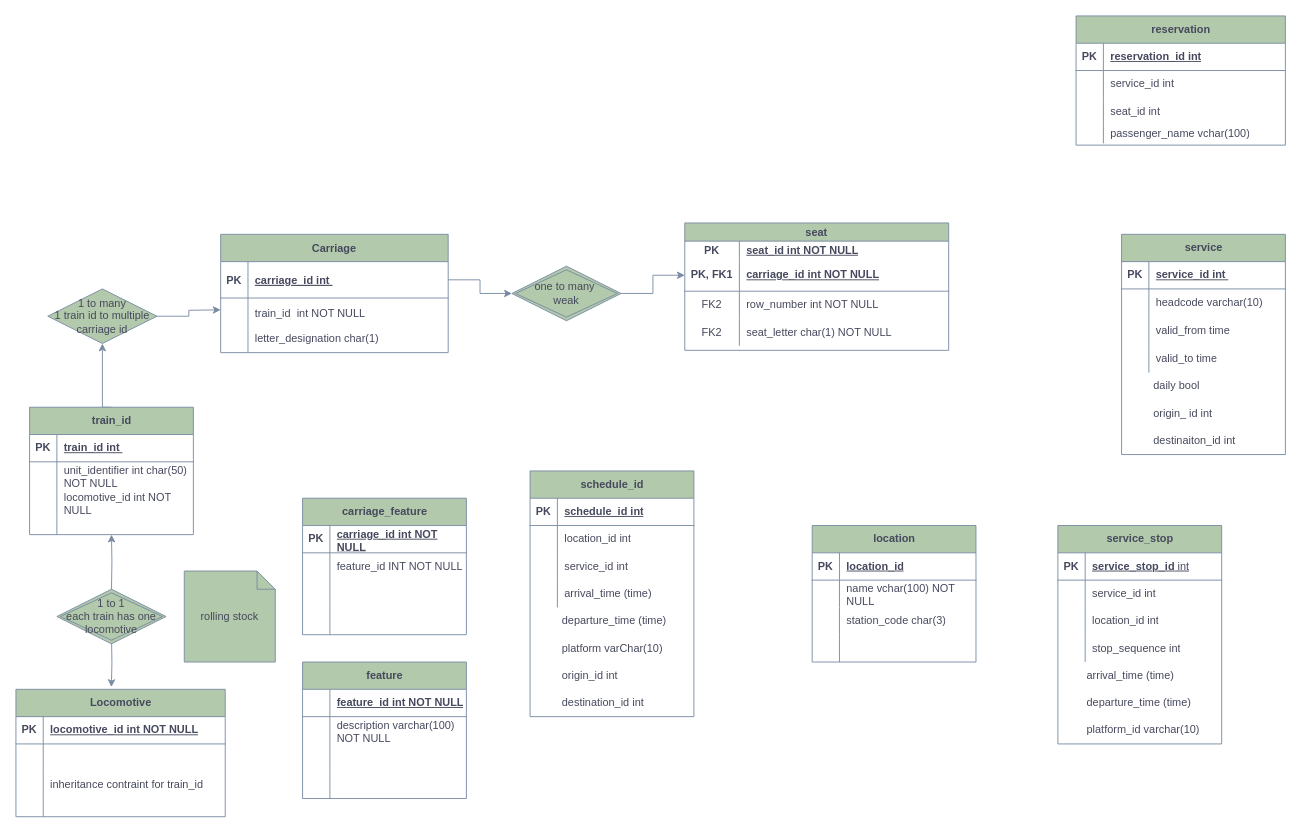
emmiedrummondtextiles/CS5014_P1 keeps this draw.io diagram as Untitled Diagram.drawio. Above is the earlier version. Source tidied: cells renumbered, new cells numbered last; positions are measured from the earlier drawing's top-left corner, leaving out a move shared by most shapes. Both pictures are drawn from the tidied source at 91%, with x=0, y=0 at pixel (15, 15).
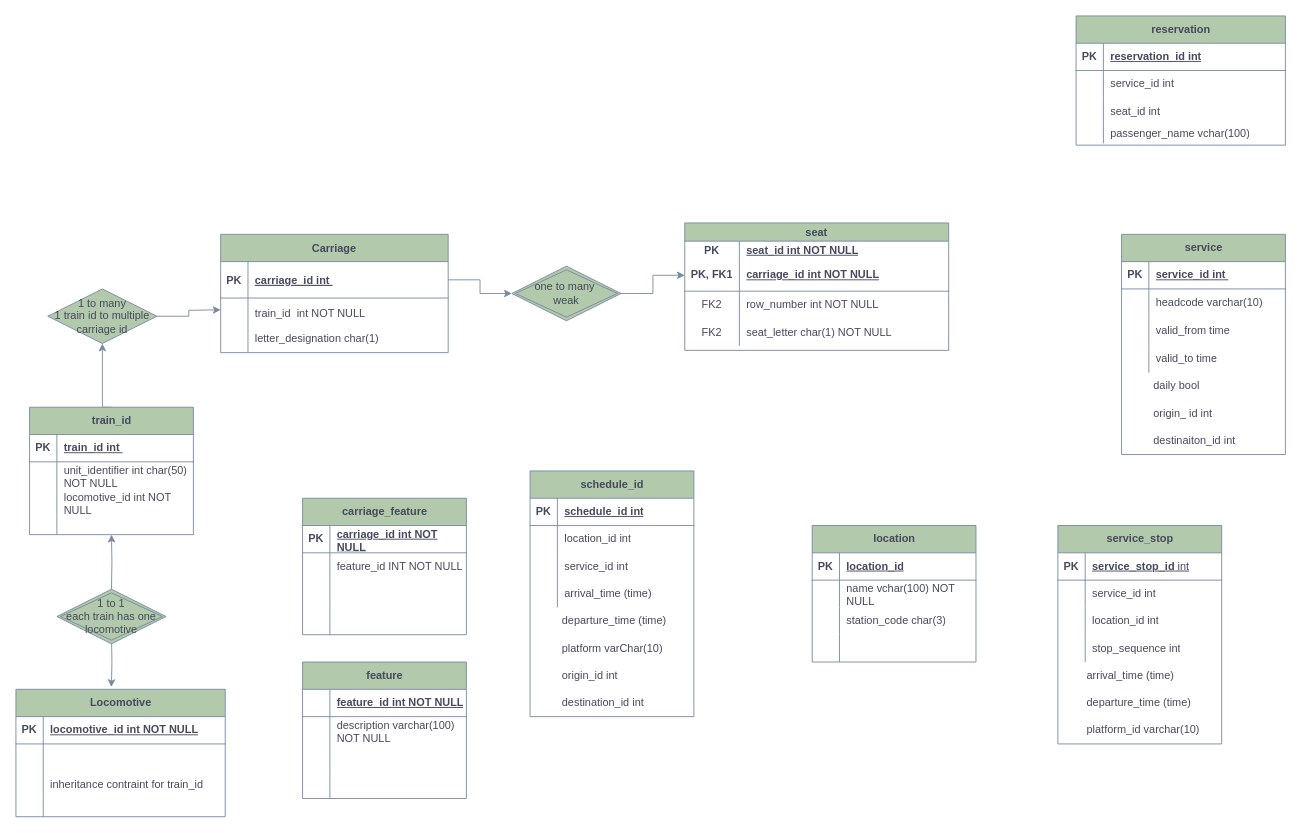
Above is the later version.

Change to the diagram source:
```diff
@@
-    <mxCell id="161" value="rolling stock" style="shape=note;size=20;whiteSpace=wrap;html=1;strokeColor=#788AA3;fontColor=#46495D;fillColor=#B2C9AB;" parent="1" vertex="1">
-      <mxGeometry x="185" y="610" width="100" height="100" as="geometry" />
-    </mxCell>
```
